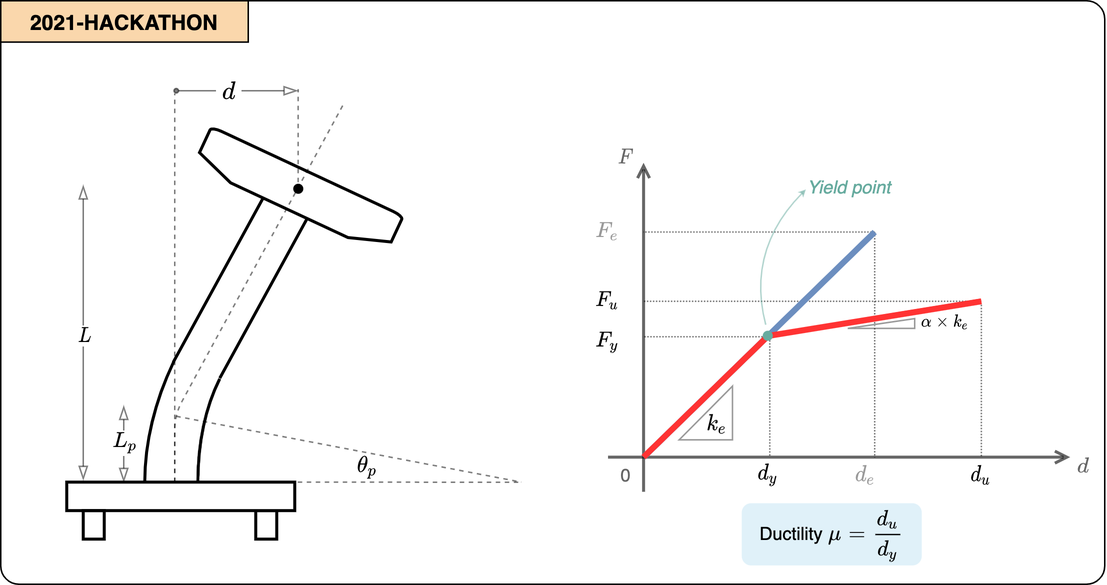
Above: Presentations/img/aad_OSW-6ICEES-Hackathon.drawio.png in volkanozsarac/OSW-6ICEES (draw.io), before the change. Source tidied: cells renumbered, new cells last; positions are measured from the earlier drawing's top-left corner, leaving out a move shared by most shapes. Its diagram source:
```xml
<mxGraphModel background="#ffffff" math="1">
  <root>
    <mxCell id="0" />
    <mxCell id="1" parent="0" />
    <mxCell id="2" style="verticalLabelPosition=bottom;verticalAlign=top;html=1;shape=mxgraph.basic.three_corner_round_rect;dx=6.11;shadow=0;labelBackgroundColor=none;fontSize=12;fontColor=#E0EEEC;strokeWidth=1;fillColor=none;flipH=0;flipV=1;sketch=0;" parent="1" vertex="1">
      <mxGeometry width="736" height="389" as="geometry" />
    </mxCell>
    <mxCell id="3" value="2021-HACKATHON" style="rounded=0;whiteSpace=wrap;html=1;sketch=0;fillColor=#fad7ac;fontStyle=1;fontSize=14;shadow=0;glass=0;strokeColor=default;" parent="1" vertex="1">
      <mxGeometry width="165" height="27.6" as="geometry" />
    </mxCell>
    <mxCell id="4" style="endArrow=open;html=1;opacity=60;strokeWidth=2;endFill=0;" parent="1" edge="1">
      <mxGeometry x="396" y="108" as="geometry">
        <mxPoint x="428.6" y="327.4" as="sourcePoint" />
        <mxPoint x="428.6" y="108" as="targetPoint" />
      </mxGeometry>
    </mxCell>
    <mxCell id="5" style="endArrow=open;html=1;opacity=60;strokeWidth=2;endFill=0;rounded=0;" parent="1" edge="1">
      <mxGeometry x="396" y="108" as="geometry">
        <mxPoint x="404.9" y="304.3" as="sourcePoint" />
        <mxPoint x="713" y="304.3" as="targetPoint" />
      </mxGeometry>
    </mxCell>
    <mxCell id="6" style="endArrow=none;dashed=1;html=1;strokeWidth=1;opacity=50;startSize=4;endSize=4;jumpSize=0;dashPattern=1 1;" parent="1" edge="1">
      <mxGeometry x="396" y="108" as="geometry">
        <mxPoint x="512.7" y="222.3" as="sourcePoint" />
        <mxPoint x="512.7" y="304.3" as="targetPoint" />
      </mxGeometry>
    </mxCell>
    <mxCell id="7" style="endArrow=none;dashed=1;html=1;strokeWidth=1;opacity=50;startSize=4;endSize=4;jumpSize=0;dashPattern=1 1;" parent="1" edge="1">
      <mxGeometry x="396" y="108" as="geometry">
        <mxPoint x="582.6" y="154.2" as="sourcePoint" />
        <mxPoint x="582.6" y="304.3" as="targetPoint" />
      </mxGeometry>
    </mxCell>
    <mxCell id="8" style="endArrow=none;dashed=1;html=1;strokeWidth=1;opacity=50;startSize=4;endSize=4;jumpSize=0;dashPattern=1 1;" parent="1" edge="1">
      <mxGeometry x="396" y="108" as="geometry">
        <mxPoint x="653.7" y="202.7" as="sourcePoint" />
        <mxPoint x="653.7" y="304.3" as="targetPoint" />
      </mxGeometry>
    </mxCell>
    <mxCell id="9" style="endArrow=none;dashed=1;html=1;strokeWidth=1;opacity=50;startSize=4;endSize=4;jumpSize=0;dashPattern=1 1;" parent="1" edge="1">
      <mxGeometry x="396" y="108" as="geometry">
        <mxPoint x="582.6" y="154.2" as="sourcePoint" />
        <mxPoint x="428.6" y="154.2" as="targetPoint" />
      </mxGeometry>
    </mxCell>
    <mxCell id="10" style="endArrow=none;dashed=1;html=1;strokeWidth=1;opacity=50;startSize=4;endSize=4;jumpSize=0;dashPattern=1 1;" parent="1" edge="1">
      <mxGeometry x="396" y="108" as="geometry">
        <mxPoint x="653.7" y="200.4" as="sourcePoint" />
        <mxPoint x="428.6" y="200.4" as="targetPoint" />
      </mxGeometry>
    </mxCell>
    <mxCell id="11" style="endArrow=none;dashed=1;html=1;strokeWidth=1;opacity=50;startSize=4;endSize=4;jumpSize=0;dashPattern=1 1;" parent="1" edge="1">
      <mxGeometry x="396" y="106.8" as="geometry">
        <mxPoint x="512" y="224" as="sourcePoint" />
        <mxPoint x="428.6" y="224" as="targetPoint" />
      </mxGeometry>
    </mxCell>
    <mxCell id="12" style="endArrow=none;html=1;strokeWidth=4;fillColor=#dae8fc;strokeColor=#6c8ebf;rounded=0;" parent="1" edge="1">
      <mxGeometry x="396" y="108" as="geometry">
        <mxPoint x="428.6" y="304.3" as="sourcePoint" />
        <mxPoint x="582.6" y="154.2" as="targetPoint" />
      </mxGeometry>
    </mxCell>
    <mxCell id="13" value="0" style="text;html=1;strokeColor=none;fillColor=none;align=center;verticalAlign=middle;whiteSpace=wrap;rounded=0;spacing=0;opacity=60;textOpacity=60;" parent="1" vertex="1">
      <mxGeometry x="404.9" y="304.3" width="23.7" height="23.1" as="geometry" />
    </mxCell>
    <mxCell id="14" value="`d_y`" style="text;html=1;strokeColor=none;fillColor=none;align=center;verticalAlign=middle;whiteSpace=wrap;rounded=0;spacing=0;" parent="1" vertex="1">
      <mxGeometry x="499.7" y="304.3" width="23.7" height="23.1" as="geometry" />
    </mxCell>
    <mxCell id="15" value="`d_e`" style="text;html=1;strokeColor=none;fillColor=none;align=center;verticalAlign=middle;whiteSpace=wrap;rounded=0;spacing=0;textOpacity=40;" parent="1" vertex="1">
      <mxGeometry x="564.9" y="304.3" width="23.7" height="23.1" as="geometry" />
    </mxCell>
    <mxCell id="16" value="`d_u`" style="text;html=1;strokeColor=none;fillColor=none;align=center;verticalAlign=middle;whiteSpace=wrap;rounded=0;spacing=0;" parent="1" vertex="1">
      <mxGeometry x="641.9" y="304.3" width="23.7" height="23.1" as="geometry" />
    </mxCell>
    <mxCell id="17" value="`F_y`" style="text;html=1;strokeColor=none;fillColor=none;align=center;verticalAlign=middle;whiteSpace=wrap;rounded=0;spacing=0;fontStyle=0;labelBorderColor=none;labelBackgroundColor=none;" parent="1" vertex="1">
      <mxGeometry x="393" y="216.5" width="23.7" height="23.1" as="geometry" />
    </mxCell>
    <mxCell id="18" value="`F_e`" style="text;html=1;strokeColor=none;fillColor=none;align=center;verticalAlign=middle;whiteSpace=wrap;rounded=0;spacing=0;textOpacity=40;" parent="1" vertex="1">
      <mxGeometry x="393" y="142.6" width="23.7" height="23.1" as="geometry" />
    </mxCell>
    <mxCell id="19" value="`F_u`" style="text;html=1;strokeColor=none;fillColor=none;align=center;verticalAlign=middle;whiteSpace=wrap;rounded=0;spacing=0;" parent="1" vertex="1">
      <mxGeometry x="393" y="188.8" width="23.7" height="23.1" as="geometry" />
    </mxCell>
    <mxCell id="20" style="endArrow=none;html=1;strokeWidth=4;fillColor=#dae8fc;strokeColor=#FF3333;rounded=0;" parent="1" edge="1">
      <mxGeometry x="396" y="108" as="geometry">
        <mxPoint x="428.6" y="304.3" as="sourcePoint" />
        <mxPoint x="653.7" y="200.4" as="targetPoint" />
        <Array as="points">
          <mxPoint x="511.5" y="223.5" />
        </Array>
      </mxGeometry>
    </mxCell>
    <mxCell id="21" style="verticalLabelPosition=middle;verticalAlign=middle;html=1;shape=mxgraph.basic.orthogonal_triangle;flipH=1;labelPosition=center;align=center;spacing=0;opacity=40;" parent="1" vertex="1">
      <mxGeometry x="452.3" y="256.9" width="35.6" height="35.8" as="geometry" />
    </mxCell>
    <mxCell id="22" value="`k_e`" style="text;html=1;strokeColor=none;fillColor=none;align=center;verticalAlign=middle;whiteSpace=wrap;rounded=0;spacing=0;" parent="1" vertex="1">
      <mxGeometry x="465.8" y="271" width="23.7" height="23.1" as="geometry" />
    </mxCell>
    <mxCell id="23" style="verticalLabelPosition=middle;verticalAlign=middle;html=1;shape=mxgraph.basic.orthogonal_triangle;flipH=1;labelPosition=center;align=center;spacing=0;opacity=40;" parent="1" vertex="1">
      <mxGeometry x="564.8" y="211.9" width="44.4" height="6.5" as="geometry" />
    </mxCell>
    <mxCell id="24" value="`\alpha \times k_e`" style="text;html=1;strokeColor=none;fillColor=none;align=center;verticalAlign=middle;whiteSpace=wrap;rounded=0;spacing=0;fontSize=9;" parent="1" vertex="1">
      <mxGeometry x="618.2" y="202.7" width="23.7" height="23.1" as="geometry" />
    </mxCell>
    <mxCell id="25" value="`d`" style="text;html=1;strokeColor=none;fillColor=none;align=center;verticalAlign=middle;whiteSpace=wrap;rounded=0;spacing=0;opacity=60;textOpacity=60;" parent="1" vertex="1">
      <mxGeometry x="710" y="298" width="23.7" height="23.1" as="geometry" />
    </mxCell>
    <mxCell id="26" value="`F`" style="text;html=1;strokeColor=none;fillColor=none;align=center;verticalAlign=middle;whiteSpace=wrap;rounded=0;spacing=0;opacity=60;textOpacity=60;" parent="1" vertex="1">
      <mxGeometry x="404.9" y="92" width="23.7" height="23.1" as="geometry" />
    </mxCell>
    <mxCell id="27" style="ellipse;whiteSpace=wrap;html=1;fillColor=#67AB9F;strokeColor=none;" parent="1" vertex="1">
      <mxGeometry x="508" y="220" width="6.7" height="6.7" as="geometry" />
    </mxCell>
    <mxCell id="28" style="endArrow=classic;html=1;fontSize=18;fontColor=#FF3333;curved=1;strokeColor=#67AB9F;entryX=0.012;entryY=0.82;entryDx=0;entryDy=0;entryPerimeter=0;endSize=2;startSize=2;opacity=50;" parent="1" edge="1" target="29">
      <mxGeometry x="396" y="92" as="geometry">
        <mxPoint x="510" y="216" as="sourcePoint" />
        <Array as="points">
          <mxPoint x="497" y="166" />
        </Array>
      </mxGeometry>
    </mxCell>
    <mxCell id="29" value="Yield point" style="text;html=1;points=[];align=left;verticalAlign=top;spacingTop=-4;fontColor=#67AB9F;fontSize=12;strokeColor=none;fillColor=none;fontStyle=2;" parent="1" vertex="1">
      <mxGeometry x="536" y="115.1" width="66" height="13" as="geometry" />
    </mxCell>
    <mxCell id="30" style="endArrow=none;html=1;fontSize=14;fontColor=#FF3333;startSize=2;endSize=2;strokeWidth=2;exitX=0.196;exitY=-0.045;exitDx=0;exitDy=0;exitPerimeter=0;curved=1;" parent="1" edge="1">
      <mxGeometry relative="1" as="geometry">
        <mxPoint x="96" y="320.9" as="sourcePoint" />
        <mxPoint x="115.2" y="240.9" as="targetPoint" />
        <Array as="points">
          <mxPoint x="96.2" y="280.9" />
        </Array>
      </mxGeometry>
    </mxCell>
    <mxCell id="31" style="endArrow=none;html=1;fontSize=14;fontColor=#FF3333;startSize=2;endSize=2;strokeWidth=2;" parent="1" edge="1">
      <mxGeometry relative="1" as="geometry">
        <mxPoint x="115" y="241" as="sourcePoint" />
        <mxPoint x="175" y="131.3" as="targetPoint" />
      </mxGeometry>
    </mxCell>
    <mxCell id="32" style="group;strokeWidth=2;" parent="1" vertex="1">
      <mxGeometry x="131.6" y="142" width="74.4" height="138.8" as="geometry" />
    </mxCell>
    <mxCell id="33" style="endArrow=none;html=1;fontSize=14;fontColor=#FF3333;startSize=2;endSize=2;strokeWidth=2;exitX=0.196;exitY=-0.045;exitDx=0;exitDy=0;exitPerimeter=0;curved=1;" parent="32" edge="1">
      <mxGeometry relative="1" as="geometry">
        <mxPoint x="-0.2" y="178.9" as="sourcePoint" />
        <mxPoint x="14.4" y="110" as="targetPoint" />
        <Array as="points">
          <mxPoint y="138.8" />
        </Array>
      </mxGeometry>
    </mxCell>
    <mxCell id="34" style="endArrow=none;html=1;fontSize=14;fontColor=#FF3333;startSize=2;endSize=2;strokeWidth=2;" parent="32" edge="1">
      <mxGeometry relative="1" as="geometry">
        <mxPoint x="14.4" y="109.6" as="sourcePoint" />
        <mxPoint x="74.4" as="targetPoint" />
      </mxGeometry>
    </mxCell>
    <mxCell id="35" style="strokeWidth=2;html=1;shape=mxgraph.flowchart.loop_limit;whiteSpace=wrap;fontSize=14;fontColor=#FF3333;fillColor=default;rotation=-155;shadow=0;" parent="1" vertex="1">
      <mxGeometry x="127.9" y="112.5" width="141" height="28.5" as="geometry" />
    </mxCell>
    <mxCell id="36" style="rounded=0;whiteSpace=wrap;html=1;fontSize=14;fontColor=#FF3333;fillColor=none;strokeWidth=2;" parent="1" vertex="1">
      <mxGeometry x="170" y="339.9" width="14" height="19" as="geometry" />
    </mxCell>
    <mxCell id="37" style="rounded=0;whiteSpace=wrap;html=1;fontSize=14;fontColor=#FF3333;fillColor=default;strokeWidth=2;" parent="1" vertex="1">
      <mxGeometry x="44" y="320.9" width="152" height="19" as="geometry" />
    </mxCell>
    <mxCell id="38" style="rounded=0;whiteSpace=wrap;html=1;fontSize=14;fontColor=#FF3333;fillColor=none;strokeWidth=2;" parent="1" vertex="1">
      <mxGeometry x="55" y="339.9" width="14" height="19" as="geometry" />
    </mxCell>
    <mxCell id="39" style="endArrow=none;html=1;fontSize=14;fontColor=#FF3333;startSize=2;endSize=2;strokeWidth=1;dashed=1;opacity=50;" parent="1" edge="1">
      <mxGeometry relative="1" as="geometry">
        <mxPoint x="116" y="320.9" as="sourcePoint" />
        <mxPoint x="116" y="62" as="targetPoint" />
      </mxGeometry>
    </mxCell>
    <mxCell id="40" style="endArrow=none;html=1;fontSize=14;fontColor=#FF3333;startSize=2;endSize=2;strokeWidth=1;dashed=1;opacity=50;" parent="1" edge="1">
      <mxGeometry relative="1" as="geometry">
        <mxPoint x="198" y="320.9" as="sourcePoint" />
        <mxPoint x="347" y="321" as="targetPoint" />
      </mxGeometry>
    </mxCell>
    <mxCell id="41" style="endArrow=none;html=1;fontSize=14;fontColor=#FF3333;startSize=2;endSize=2;strokeWidth=1;dashed=1;opacity=50;" parent="1" edge="1">
      <mxGeometry relative="1" as="geometry">
        <mxPoint x="117" y="277" as="sourcePoint" />
        <mxPoint x="347" y="320.9" as="targetPoint" />
      </mxGeometry>
    </mxCell>
    <mxCell id="42" style="endArrow=none;html=1;fontSize=14;fontColor=#FF3333;startSize=2;endSize=2;strokeWidth=1;dashed=1;strokeColor=default;rounded=1;opacity=50;" parent="1" edge="1">
      <mxGeometry relative="1" as="geometry">
        <mxPoint x="116" y="320.9" as="sourcePoint" />
        <mxPoint x="229" y="68" as="targetPoint" />
        <Array as="points">
          <mxPoint x="116" y="276" />
        </Array>
      </mxGeometry>
    </mxCell>
    <mxCell id="43" style="endArrow=blockThin;html=1;fontSize=12;fontColor=#FF3333;startSize=3;endSize=7;strokeColor=default;strokeWidth=1;opacity=50;startArrow=oval;startFill=1;endFill=0;sourcePerimeterSpacing=0;" parent="1" edge="1">
      <mxGeometry relative="1" as="geometry">
        <mxPoint x="117" y="60" as="sourcePoint" />
        <mxPoint x="198" y="60" as="targetPoint" />
      </mxGeometry>
    </mxCell>
    <mxCell id="44" value="&amp;nbsp;`d`&amp;nbsp;" style="edgeLabel;html=1;align=center;verticalAlign=middle;fontSize=14;fontColor=#000000;" parent="43" vertex="1">
      <mxGeometry x="-0.15" y="1" relative="1" as="geometry" />
    </mxCell>
    <mxCell id="45" style="ellipse;whiteSpace=wrap;html=1;fillColor=#000000;strokeColor=none;" parent="1" vertex="1">
      <mxGeometry x="195" y="122" width="6.7" height="6.7" as="geometry" />
    </mxCell>
    <mxCell id="46" style="endArrow=none;html=1;fontSize=14;fontColor=#FF3333;startSize=2;endSize=2;strokeWidth=1;dashed=1;opacity=50;" parent="1" edge="1">
      <mxGeometry relative="1" as="geometry">
        <mxPoint x="198.3" y="121" as="sourcePoint" />
        <mxPoint x="198.3" y="59" as="targetPoint" />
      </mxGeometry>
    </mxCell>
    <mxCell id="47" style="endArrow=blockThin;html=1;fontSize=14;fontColor=#FF3333;startSize=7;endSize=7;strokeWidth=1;opacity=50;startArrow=blockThin;startFill=0;endFill=0;" parent="1" edge="1">
      <mxGeometry relative="1" as="geometry">
        <mxPoint x="55" y="319.5" as="sourcePoint" />
        <mxPoint x="55" y="123" as="targetPoint" />
      </mxGeometry>
    </mxCell>
    <mxCell id="48" value="`L`" style="edgeLabel;html=1;align=center;verticalAlign=middle;fontSize=12;fontColor=#000000;" parent="47" vertex="1">
      <mxGeometry x="0.17" relative="1" as="geometry">
        <mxPoint y="17" as="offset" />
      </mxGeometry>
    </mxCell>
    <mxCell id="49" style="endArrow=blockThin;html=1;fontSize=14;fontColor=#FF3333;startSize=7;endSize=7;strokeWidth=1;opacity=50;startArrow=blockThin;startFill=0;endFill=0;" parent="1" edge="1">
      <mxGeometry relative="1" as="geometry">
        <mxPoint x="82" y="320.9" as="sourcePoint" />
        <mxPoint x="82" y="270" as="targetPoint" />
      </mxGeometry>
    </mxCell>
    <mxCell id="50" value="`L_p`" style="edgeLabel;html=1;align=center;verticalAlign=middle;fontSize=12;fontColor=#000000;" parent="49" vertex="1">
      <mxGeometry x="0.17" relative="1" as="geometry">
        <mxPoint y="3" as="offset" />
      </mxGeometry>
    </mxCell>
    <mxCell id="51" value="`\theta_p`" style="text;html=1;strokeColor=none;fillColor=none;align=center;verticalAlign=middle;whiteSpace=wrap;rounded=0;spacing=0;" parent="1" vertex="1">
      <mxGeometry x="233" y="299.4" width="23.7" height="23.1" as="geometry" />
    </mxCell>
    <mxCell id="52" value="Ductility `\mu = frac{d_u}{d_y}`" style="rounded=1;whiteSpace=wrap;html=1;shadow=0;labelBackgroundColor=none;sketch=0;fontSize=12;strokeWidth=1;fillColor=#b1ddf0;strokeColor=none;opacity=40;" parent="1" vertex="1">
      <mxGeometry x="494" y="335" width="120" height="41.5" as="geometry" />
    </mxCell>
  </root>
</mxGraphModel>
```
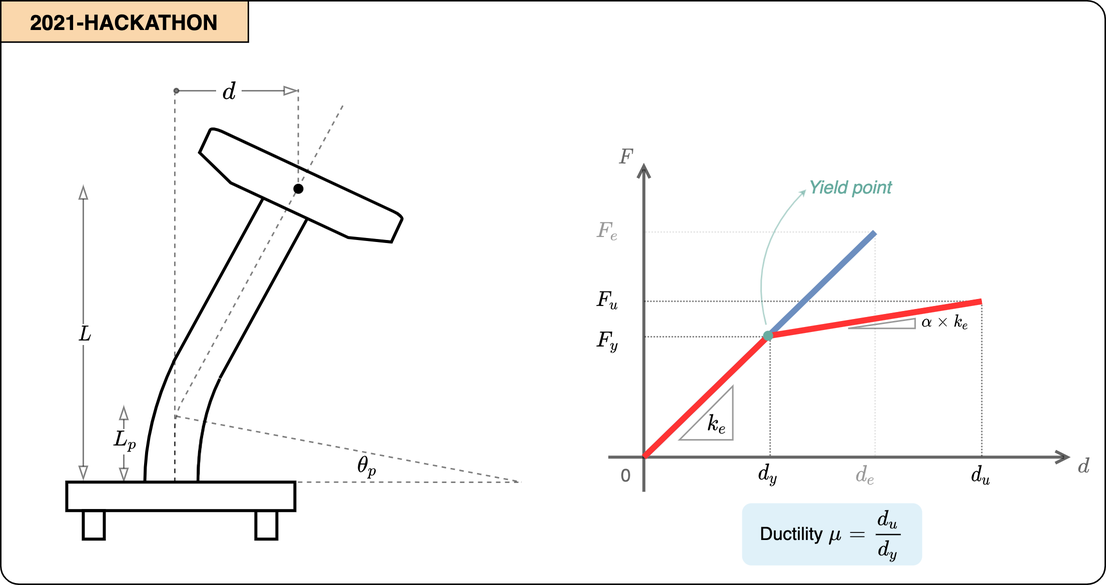
Later version of the same file.

What changed in the source:
```diff
@@ -26,7 +26,7 @@
         <mxPoint x="512.7" y="304.3" as="targetPoint" />
       </mxGeometry>
     </mxCell>
-    <mxCell id="7" style="endArrow=none;dashed=1;html=1;strokeWidth=1;opacity=50;startSize=4;endSize=4;jumpSize=0;dashPattern=1 1;" parent="1" edge="1">
+    <mxCell id="7" style="endArrow=none;dashed=1;html=1;strokeWidth=1;opacity=10;startSize=4;endSize=4;jumpSize=0;dashPattern=1 1;" parent="1" edge="1">
       <mxGeometry x="396" y="108" as="geometry">
         <mxPoint x="582.6" y="154.2" as="sourcePoint" />
         <mxPoint x="582.6" y="304.3" as="targetPoint" />
@@ -38,7 +38,7 @@
         <mxPoint x="653.7" y="304.3" as="targetPoint" />
       </mxGeometry>
     </mxCell>
-    <mxCell id="9" style="endArrow=none;dashed=1;html=1;strokeWidth=1;opacity=50;startSize=4;endSize=4;jumpSize=0;dashPattern=1 1;" parent="1" edge="1">
+    <mxCell id="9" style="endArrow=none;dashed=1;html=1;strokeWidth=1;opacity=10;startSize=4;endSize=4;jumpSize=0;dashPattern=1 1;" parent="1" edge="1">
       <mxGeometry x="396" y="108" as="geometry">
         <mxPoint x="582.6" y="154.2" as="sourcePoint" />
         <mxPoint x="428.6" y="154.2" as="targetPoint" />
@@ -136,7 +136,7 @@
     <mxCell id="31" style="endArrow=none;html=1;fontSize=14;fontColor=#FF3333;startSize=2;endSize=2;strokeWidth=2;" parent="1" edge="1">
       <mxGeometry relative="1" as="geometry">
         <mxPoint x="115" y="241" as="sourcePoint" />
-        <mxPoint x="175" y="131.3" as="targetPoint" />
+        <mxPoint x="175" y="131.4" as="targetPoint" />
       </mxGeometry>
     </mxCell>
     <mxCell id="32" style="group;strokeWidth=2;" parent="1" vertex="1">
```
